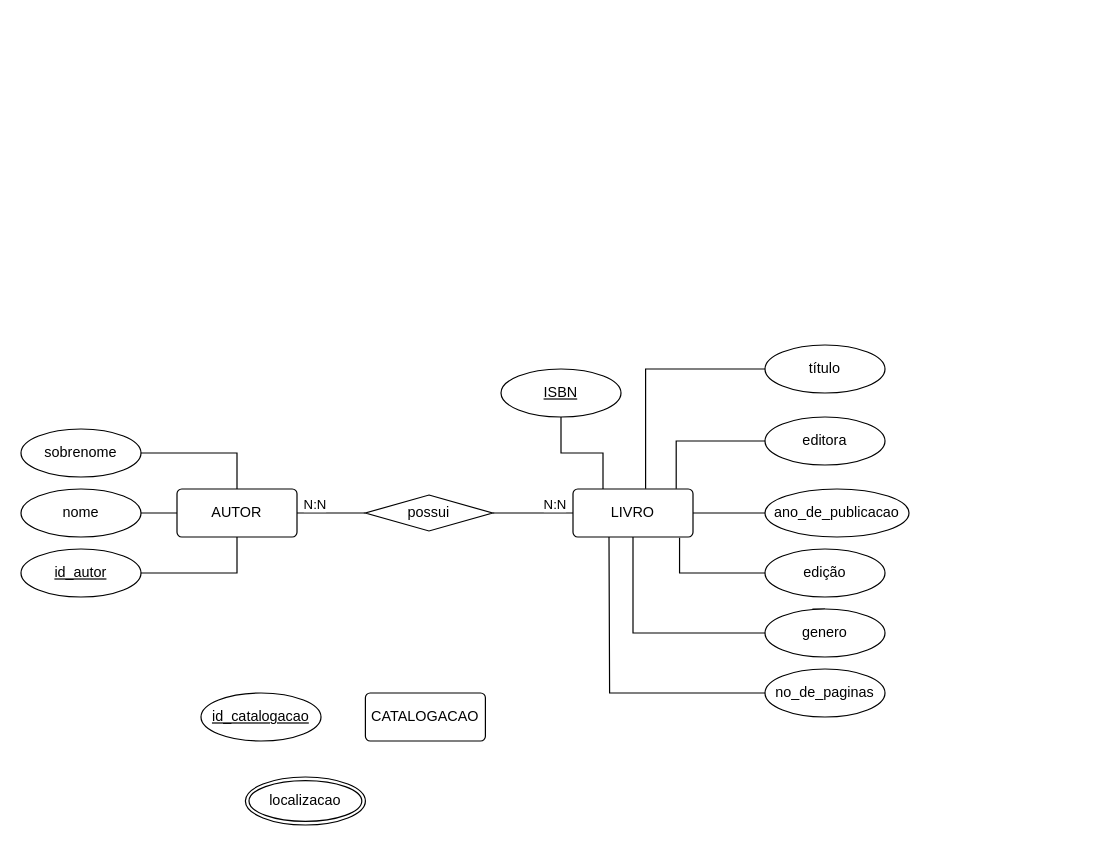
This is Gestão_do_acervo.drawio from ICEI-PUC-Minas-PMV-SI/2025-1-e2-t1-gerenciamento_de_biblioteca, a draw.io file, before an edit. Source tidied: cells renumbered, new cells numbered last; positions are measured from the earlier drawing's top-left corner, leaving out a move shared by most shapes. Both pictures are drawn from the tidied source at 120%, with x=0, y=0 at pixel (20, 344).
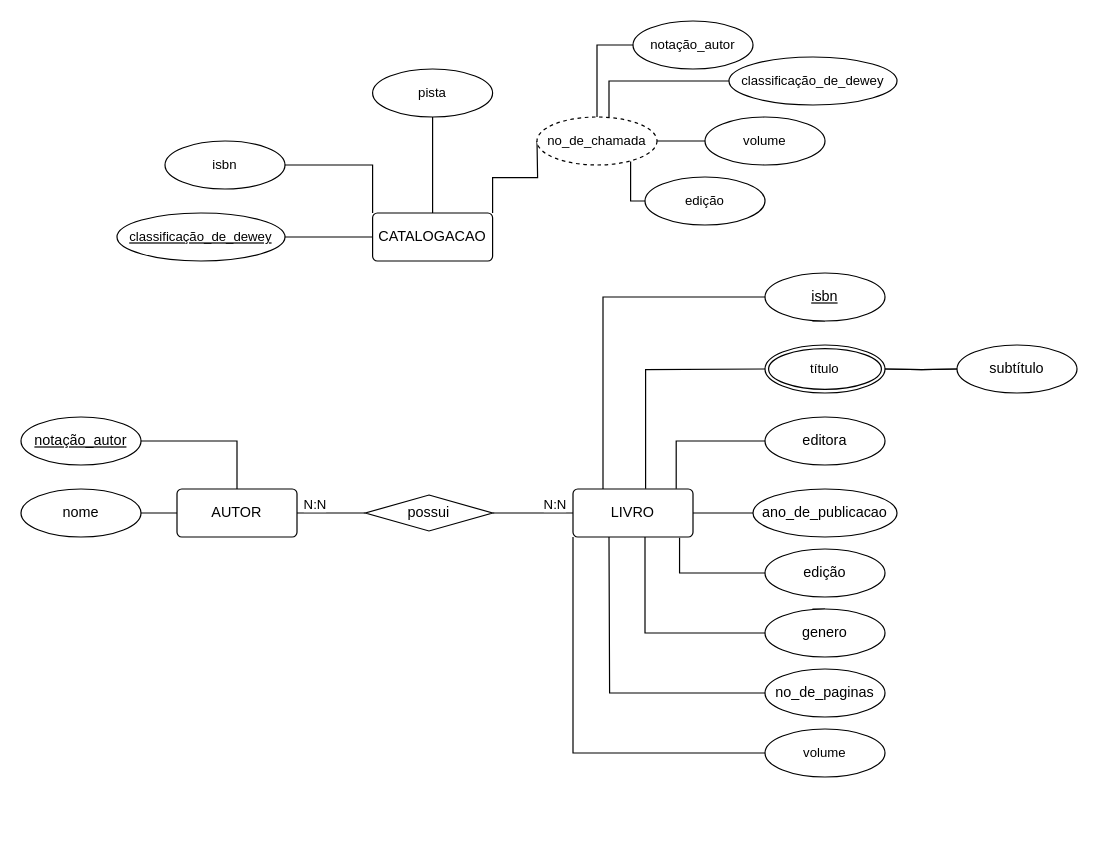
Above is the later version.

The change refers to these unchanged cells:
```xml
<mxCell id="3" value="AUTOR" style="rounded=1;arcSize=10;whiteSpace=wrap;html=1;align=center;" parent="1" vertex="1">
  <mxGeometry x="130" y="120" width="100" height="40" as="geometry" />
</mxCell>
<mxCell id="10" value="LIVRO" style="rounded=1;arcSize=10;whiteSpace=wrap;html=1;align=center;" parent="1" vertex="1">
  <mxGeometry x="460" y="120" width="100" height="40" as="geometry" />
</mxCell>
<mxCell id="19" value="genero" style="ellipse;whiteSpace=wrap;html=1;align=center;" parent="1" vertex="1">
  <mxGeometry x="620" y="220" width="100" height="40" as="geometry" />
</mxCell>
```

The edit, as a diff of the source:
```diff
@@
-    <mxCell id="6" style="edgeStyle=orthogonalEdgeStyle;rounded=0;jettySize=auto;html=1;exitX=1;exitY=0.5;exitDx=0;exitDy=0;endArrow=none;startFill=0;" parent="1" edge="1" source="7" target="3">
-      <mxGeometry relative="1" as="geometry" />
-    </mxCell>
-    <mxCell id="7" value="sobrenome" style="ellipse;whiteSpace=wrap;html=1;align=center;" parent="1" vertex="1">
-      <mxGeometry y="70" width="100" height="40" as="geometry" />
-    </mxCell>
@@
-    <mxCell id="9" value="id_autor" style="ellipse;whiteSpace=wrap;html=1;align=center;fontStyle=4;" parent="1" vertex="1">
-      <mxGeometry y="170" width="100" height="40" as="geometry" />
+    <mxCell id="9" value="notação_autor" style="ellipse;whiteSpace=wrap;html=1;align=center;fontStyle=4;" parent="1" vertex="1">
+      <mxGeometry y="60" width="100" height="40" as="geometry" />
     </mxCell>
+    <mxCell id="32" style="edgeStyle=orthogonalEdgeStyle;shape=connector;rounded=0;jettySize=auto;html=1;exitX=0;exitY=1;exitDx=0;exitDy=0;entryX=0;entryY=0.5;entryDx=0;entryDy=0;strokeColor=default;align=center;verticalAlign=middle;fontFamily=Helvetica;fontSize=11;fontColor=default;labelBackgroundColor=default;startFill=0;endArrow=none;" parent="1" edge="1" source="10" target="44">
+      <mxGeometry relative="1" as="geometry" />
+    </mxCell>
@@
     <mxCell id="11" style="edgeStyle=orthogonalEdgeStyle;shape=connector;rounded=0;jettySize=auto;html=1;exitX=0.5;exitY=1;exitDx=0;exitDy=0;entryX=0.25;entryY=0;entryDx=0;entryDy=0;strokeColor=default;align=center;verticalAlign=middle;fontFamily=Helvetica;fontSize=11;fontColor=default;labelBackgroundColor=default;startFill=0;endArrow=none;" parent="1" edge="1" source="12" target="10">
-      <mxGeometry relative="1" as="geometry" />
+      <mxGeometry relative="1" as="geometry">
+        <Array as="points">
+          <mxPoint x="660" y="-40" />
+          <mxPoint x="485" y="-40" />
+        </Array>
+      </mxGeometry>
     </mxCell>
-    <mxCell id="12" value="ISBN" style="ellipse;whiteSpace=wrap;html=1;align=center;fontStyle=4;" parent="1" vertex="1">
-      <mxGeometry x="400" y="20" width="100" height="40" as="geometry" />
+    <mxCell id="12" value="isbn" style="ellipse;whiteSpace=wrap;html=1;align=center;fontStyle=4;" parent="1" vertex="1">
+      <mxGeometry x="620" y="-60" width="100" height="40" as="geometry" />
     </mxCell>
@@
-    <mxCell id="14" value="título" style="ellipse;whiteSpace=wrap;html=1;align=center;" parent="1" vertex="1">
-      <mxGeometry x="620" width="100" height="40" as="geometry" />
-    </mxCell>
+    <mxCell id="33" style="edgeStyle=orthogonalEdgeStyle;shape=connector;rounded=0;jettySize=auto;html=1;exitX=1;exitY=0.5;exitDx=0;exitDy=0;strokeColor=default;align=center;verticalAlign=middle;fontFamily=Helvetica;fontSize=11;fontColor=default;labelBackgroundColor=default;startFill=0;endArrow=none;" parent="1" edge="1" target="39">
+      <mxGeometry relative="1" as="geometry">
+        <mxPoint x="720" y="20" as="sourcePoint" />
+      </mxGeometry>
+    </mxCell>
+    <mxCell id="34" style="edgeStyle=orthogonalEdgeStyle;shape=connector;rounded=0;jettySize=auto;html=1;strokeColor=default;align=center;verticalAlign=middle;fontFamily=Helvetica;fontSize=11;fontColor=default;labelBackgroundColor=default;startFill=0;endArrow=none;" parent="1" edge="1" target="39">
+      <mxGeometry relative="1" as="geometry">
+        <mxPoint x="720" y="20" as="sourcePoint" />
+      </mxGeometry>
+    </mxCell>
@@
     <mxCell id="17" value="ano_de_publicacao" style="ellipse;whiteSpace=wrap;html=1;align=center;" parent="1" vertex="1">
-      <mxGeometry x="620" y="120" width="120" height="40" as="geometry" />
+      <mxGeometry x="610" y="120" width="120" height="40" as="geometry" />
     </mxCell>
     <mxCell id="18" style="edgeStyle=orthogonalEdgeStyle;shape=connector;rounded=0;jettySize=auto;html=1;exitX=0.5;exitY=0;exitDx=0;exitDy=0;strokeColor=default;align=center;verticalAlign=middle;fontFamily=Helvetica;fontSize=11;fontColor=default;labelBackgroundColor=default;startFill=0;endArrow=none;" parent="1" edge="1" source="19" target="10">
       <mxGeometry relative="1" as="geometry">
         <Array as="points">
+          <mxPoint x="660" y="220" />
           <mxPoint x="660" y="240" />
-          <mxPoint x="510" y="240" />
+          <mxPoint x="520" y="240" />
         </Array>
       </mxGeometry>
     </mxCell>
@@
-    <mxCell id="26" style="edgeStyle=orthogonalEdgeStyle;shape=connector;rounded=0;jettySize=auto;html=1;exitX=0;exitY=0.5;exitDx=0;exitDy=0;entryX=0.605;entryY=-0.003;entryDx=0;entryDy=0;entryPerimeter=0;strokeColor=default;align=center;verticalAlign=middle;fontFamily=Helvetica;fontSize=11;fontColor=default;labelBackgroundColor=default;startFill=0;endArrow=none;" parent="1" edge="1" source="14" target="10">
-      <mxGeometry relative="1" as="geometry" />
+    <mxCell id="26" style="edgeStyle=orthogonalEdgeStyle;shape=connector;rounded=0;jettySize=auto;html=1;exitX=0;exitY=0.5;exitDx=0;exitDy=0;entryX=0.605;entryY=-0.003;entryDx=0;entryDy=0;entryPerimeter=0;strokeColor=default;align=center;verticalAlign=middle;fontFamily=Helvetica;fontSize=11;fontColor=default;labelBackgroundColor=default;startFill=0;endArrow=none;" parent="1" edge="1" target="10">
+      <mxGeometry relative="1" as="geometry">
+        <mxPoint x="620" y="20" as="sourcePoint" />
+      </mxGeometry>
     </mxCell>
@@
+    <mxCell id="35" style="edgeStyle=orthogonalEdgeStyle;shape=connector;rounded=0;jettySize=auto;html=1;exitX=0;exitY=0.5;exitDx=0;exitDy=0;entryX=1;entryY=0.5;entryDx=0;entryDy=0;strokeColor=default;align=center;verticalAlign=middle;fontFamily=Helvetica;fontSize=11;fontColor=default;labelBackgroundColor=default;startFill=0;endArrow=none;" parent="1" edge="1" source="29" target="40">
+      <mxGeometry relative="1" as="geometry" />
+    </mxCell>
+    <mxCell id="36" style="edgeStyle=orthogonalEdgeStyle;shape=connector;rounded=0;jettySize=auto;html=1;exitX=1;exitY=0;exitDx=0;exitDy=0;strokeColor=default;align=center;verticalAlign=middle;fontFamily=Helvetica;fontSize=11;fontColor=default;labelBackgroundColor=default;startFill=0;endArrow=none;entryX=0;entryY=0.5;entryDx=0;entryDy=0;" parent="1" edge="1" source="29">
+      <mxGeometry relative="1" as="geometry">
+        <mxPoint x="430" y="-170" as="targetPoint" />
+      </mxGeometry>
+    </mxCell>
+    <mxCell id="37" style="edgeStyle=orthogonalEdgeStyle;shape=connector;rounded=0;jettySize=auto;html=1;exitX=0;exitY=0;exitDx=0;exitDy=0;entryX=1;entryY=0.5;entryDx=0;entryDy=0;strokeColor=default;align=center;verticalAlign=middle;fontFamily=Helvetica;fontSize=11;fontColor=default;labelBackgroundColor=default;startFill=0;endArrow=none;" parent="1" edge="1" source="29" target="41">
+      <mxGeometry relative="1" as="geometry" />
+    </mxCell>
+    <mxCell id="38" style="edgeStyle=orthogonalEdgeStyle;shape=connector;rounded=0;jettySize=auto;html=1;exitX=0.5;exitY=0;exitDx=0;exitDy=0;entryX=0.5;entryY=1;entryDx=0;entryDy=0;strokeColor=default;align=center;verticalAlign=middle;fontFamily=Helvetica;fontSize=11;fontColor=default;labelBackgroundColor=default;startFill=0;endArrow=none;" parent="1" edge="1" source="29" target="45">
+      <mxGeometry relative="1" as="geometry" />
+    </mxCell>
     <mxCell id="29" value="CATALOGACAO" style="rounded=1;arcSize=10;whiteSpace=wrap;html=1;align=center;" parent="1" vertex="1">
-      <mxGeometry x="287" y="290" width="100" height="40" as="geometry" />
+      <mxGeometry x="293" y="-110" width="100" height="40" as="geometry" />
     </mxCell>
-    <mxCell id="30" value="localizacao" style="ellipse;shape=doubleEllipse;margin=3;whiteSpace=wrap;html=1;align=center;" parent="1" vertex="1">
-      <mxGeometry x="187" y="360" width="100" height="40" as="geometry" />
-    </mxCell>
-    <mxCell id="31" value="id_catalogacao" style="ellipse;whiteSpace=wrap;html=1;align=center;fontStyle=4;" parent="1" vertex="1">
-      <mxGeometry x="150" y="290" width="100" height="40" as="geometry" />
-    </mxCell>
+    <mxCell id="39" value="subtítulo" style="ellipse;whiteSpace=wrap;html=1;align=center;" parent="1" vertex="1">
+      <mxGeometry x="780" width="100" height="40" as="geometry" />
+    </mxCell>
+    <mxCell id="40" value="classificação_de_dewey" style="ellipse;whiteSpace=wrap;html=1;align=center;fontStyle=4;fontFamily=Helvetica;fontSize=11;fontColor=default;labelBackgroundColor=default;" parent="1" vertex="1">
+      <mxGeometry x="80" y="-110" width="140" height="40" as="geometry" />
+    </mxCell>
+    <mxCell id="14" value="título" style="ellipse;shape=doubleEllipse;margin=3;whiteSpace=wrap;html=1;align=center;fontFamily=Helvetica;fontSize=11;fontColor=default;labelBackgroundColor=default;" parent="1" vertex="1">
+      <mxGeometry x="620" width="100" height="40" as="geometry" />
+    </mxCell>
+    <mxCell id="41" value="isbn" style="ellipse;whiteSpace=wrap;html=1;align=center;fontFamily=Helvetica;fontSize=11;fontColor=default;labelBackgroundColor=default;" parent="1" vertex="1">
+      <mxGeometry x="120" y="-170" width="100" height="40" as="geometry" />
+    </mxCell>
+    <mxCell id="42" style="edgeStyle=orthogonalEdgeStyle;shape=connector;rounded=0;jettySize=auto;html=1;exitX=0;exitY=0.5;exitDx=0;exitDy=0;entryX=0.5;entryY=0;entryDx=0;entryDy=0;strokeColor=default;align=center;verticalAlign=middle;fontFamily=Helvetica;fontSize=11;fontColor=default;labelBackgroundColor=default;startFill=0;endArrow=none;" parent="1" edge="1" source="43" target="50">
+      <mxGeometry relative="1" as="geometry" />
+    </mxCell>
+    <mxCell id="43" value="notação_autor" style="ellipse;whiteSpace=wrap;html=1;align=center;fontFamily=Helvetica;fontSize=11;fontColor=default;labelBackgroundColor=default;" parent="1" vertex="1">
+      <mxGeometry x="510" y="-270" width="100" height="40" as="geometry" />
+    </mxCell>
+    <mxCell id="44" value="volume" style="ellipse;whiteSpace=wrap;html=1;align=center;fontFamily=Helvetica;fontSize=11;fontColor=default;labelBackgroundColor=default;" parent="1" vertex="1">
+      <mxGeometry x="620" y="320" width="100" height="40" as="geometry" />
+    </mxCell>
+    <mxCell id="45" value="pista" style="ellipse;whiteSpace=wrap;html=1;align=center;fontFamily=Helvetica;fontSize=11;fontColor=default;labelBackgroundColor=default;" parent="1" vertex="1">
+      <mxGeometry x="293" y="-230" width="100" height="40" as="geometry" />
+    </mxCell>
+    <mxCell id="46" value="classificação_de_dewey" style="ellipse;whiteSpace=wrap;html=1;align=center;fontFamily=Helvetica;fontSize=11;fontColor=default;labelBackgroundColor=default;" parent="1" vertex="1">
+      <mxGeometry x="590" y="-240" width="140" height="40" as="geometry" />
+    </mxCell>
+    <mxCell id="47" style="edgeStyle=orthogonalEdgeStyle;shape=connector;rounded=0;jettySize=auto;html=1;exitX=0;exitY=0.5;exitDx=0;exitDy=0;entryX=1;entryY=0.5;entryDx=0;entryDy=0;strokeColor=default;align=center;verticalAlign=middle;fontFamily=Helvetica;fontSize=11;fontColor=default;labelBackgroundColor=default;startFill=0;endArrow=none;" parent="1" edge="1" source="48" target="50">
+      <mxGeometry relative="1" as="geometry" />
+    </mxCell>
+    <mxCell id="48" value="volume" style="ellipse;whiteSpace=wrap;html=1;align=center;fontFamily=Helvetica;fontSize=11;fontColor=default;labelBackgroundColor=default;" parent="1" vertex="1">
+      <mxGeometry x="570" y="-190" width="100" height="40" as="geometry" />
+    </mxCell>
+    <mxCell id="49" value="edição" style="ellipse;whiteSpace=wrap;html=1;align=center;fontFamily=Helvetica;fontSize=11;fontColor=default;labelBackgroundColor=default;" parent="1" vertex="1">
+      <mxGeometry x="520" y="-140" width="100" height="40" as="geometry" />
+    </mxCell>
+    <mxCell id="50" value="no_de_chamada" style="ellipse;whiteSpace=wrap;html=1;align=center;dashed=1;fontFamily=Helvetica;fontSize=11;fontColor=default;labelBackgroundColor=default;" parent="1" vertex="1">
+      <mxGeometry x="430" y="-190" width="100" height="40" as="geometry" />
+    </mxCell>
+    <mxCell id="51" style="edgeStyle=orthogonalEdgeStyle;shape=connector;rounded=0;jettySize=auto;html=1;exitX=0;exitY=0.5;exitDx=0;exitDy=0;entryX=0.6;entryY=0;entryDx=0;entryDy=0;entryPerimeter=0;strokeColor=default;align=center;verticalAlign=middle;fontFamily=Helvetica;fontSize=11;fontColor=default;labelBackgroundColor=default;startFill=0;endArrow=none;" parent="1" edge="1" source="46" target="50">
+      <mxGeometry relative="1" as="geometry" />
+    </mxCell>
+    <mxCell id="52" style="edgeStyle=orthogonalEdgeStyle;shape=connector;rounded=0;jettySize=auto;html=1;exitX=0;exitY=0.5;exitDx=0;exitDy=0;entryX=0.78;entryY=0.925;entryDx=0;entryDy=0;entryPerimeter=0;strokeColor=default;align=center;verticalAlign=middle;fontFamily=Helvetica;fontSize=11;fontColor=default;labelBackgroundColor=default;startFill=0;endArrow=none;" parent="1" edge="1" source="49" target="50">
+      <mxGeometry relative="1" as="geometry" />
+    </mxCell>
```
